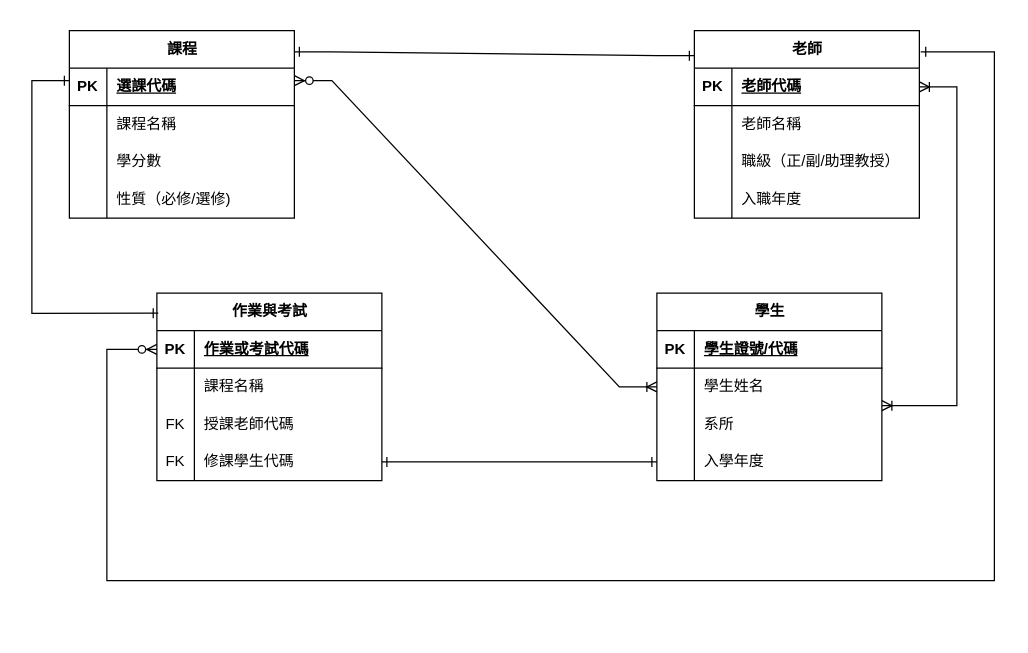
This is 課程練習_1017.drawio from KYCamille/Guessing-Number, a draw.io file, before an edit. Source tidied: cells renumbered, new cells numbered last; positions are measured from the earlier drawing's top-left corner, leaving out a move shared by most shapes. Both pictures are drawn from the tidied source at 125%, with x=0, y=0 at pixel (31, 30).
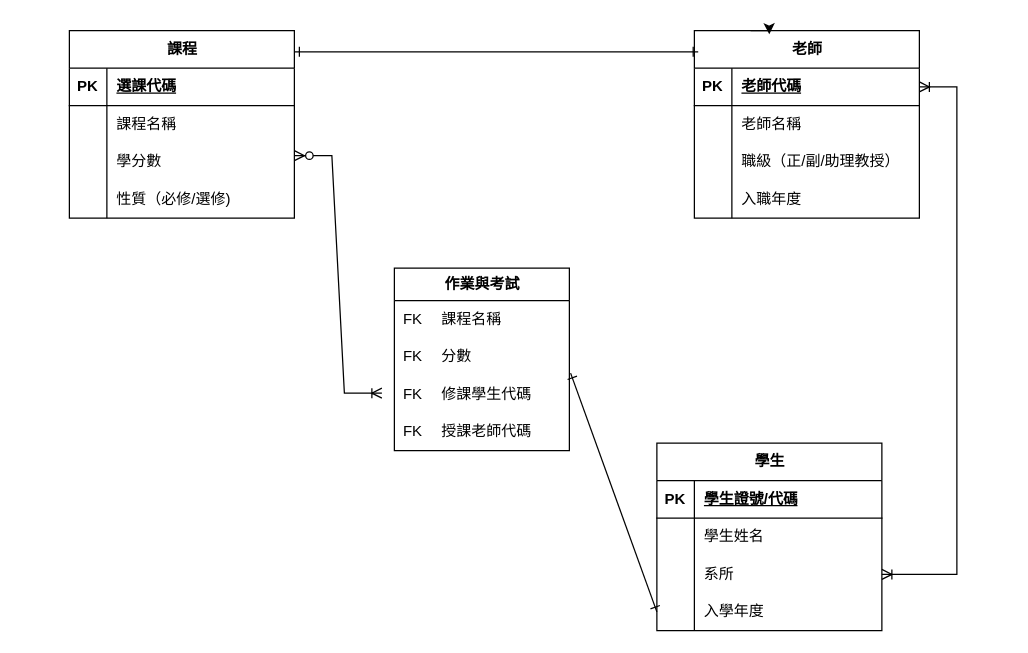
The same page after the edit.

Commit message:
更新1845 課程練習_1017.drawio

The change refers to these unchanged cells:
```xml
<mxCell id="2" value="課程" style="shape=table;startSize=30;childLayout=tableLayout;rowLines=0;fontStyle=1;align=center;html=1;" parent="1" vertex="1">
  <mxGeometry x="30" width="180" height="150" as="geometry" />
</mxCell>
<mxCell id="15" value="老師" style="shape=table;startSize=30;childLayout=tableLayout;rowLines=0;fontStyle=1;align=center;html=1;" parent="1" vertex="1">
  <mxGeometry x="530" width="180" height="150" as="geometry" />
</mxCell>
<mxCell id="16" style="shape=tableRow;horizontal=0;startSize=0;swimlaneHead=0;swimlaneBody=0;fillColor=none;points=[[0,0.5],[1,0.5]];portConstraint=eastwest;top=0;left=0;right=0;bottom=1;" parent="15" vertex="1">
  <mxGeometry y="30" width="180" height="30" as="geometry" />
</mxCell>
<mxCell id="35" style="shape=tableRow;horizontal=0;startSize=0;swimlaneHead=0;swimlaneBody=0;fillColor=none;points=[[0,0.5],[1,0.5]];portConstraint=eastwest;top=0;left=0;right=0;bottom=0;" parent="28" vertex="1">
  <mxGeometry y="90" width="180" height="30" as="geometry" />
</mxCell>
<mxCell id="38" style="shape=tableRow;horizontal=0;startSize=0;swimlaneHead=0;swimlaneBody=0;fillColor=none;points=[[0,0.5],[1,0.5]];portConstraint=eastwest;top=0;left=0;right=0;bottom=0;" parent="28" vertex="1">
  <mxGeometry y="120" width="180" height="30" as="geometry" />
</mxCell>
```

The edit, as a diff of the source:
```diff
@@
     <mxCell id="28" value="學生" style="shape=table;startSize=30;childLayout=tableLayout;rowLines=0;fontStyle=1;align=center;html=1;" parent="1" vertex="1">
-      <mxGeometry x="500" y="210" width="180" height="150" as="geometry" />
+      <mxGeometry x="500" y="330" width="180" height="150" as="geometry" />
     </mxCell>
@@
+    <mxCell id="54" style="edgeStyle=entityRelationEdgeStyle;fontSize=12;html=1;endArrow=ERone;endFill=0;startArrow=ERone;rounded=0;exitX=1;exitY=0.113;exitDx=0;exitDy=0;exitPerimeter=0;startFill=0;entryX=0.017;entryY=0.113;entryDx=0;entryDy=0;entryPerimeter=0;" parent="1" edge="1" source="2" target="15">
+      <mxGeometry relative="1" as="geometry" />
+    </mxCell>
+    <mxCell id="57" style="edgeStyle=entityRelationEdgeStyle;fontSize=12;html=1;endArrow=ERoneToMany;endFill=0;startArrow=ERoneToMany;rounded=0;exitX=1;exitY=0.5;exitDx=0;exitDy=0;startFill=0;" parent="1" edge="1" source="35" target="16">
+      <mxGeometry x="0.28" relative="1" as="geometry" />
+    </mxCell>
+    <mxCell id="60" style="edgeStyle=entityRelationEdgeStyle;fontSize=12;html=1;endArrow=ERoneToMany;endFill=0;startArrow=ERzeroToMany;rounded=0;exitX=1;exitY=0.113;exitDx=0;exitDy=0;exitPerimeter=0;" parent="1" edge="1">
+      <mxGeometry relative="1" as="geometry">
+        <mxPoint x="210" y="100" as="sourcePoint" />
+        <mxPoint x="280" y="290" as="targetPoint" />
+      </mxGeometry>
+    </mxCell>
+    <mxCell id="61" style="fontSize=12;html=1;endArrow=ERone;endFill=0;startArrow=ERone;rounded=0;exitX=1.007;exitY=-0.067;exitDx=0;exitDy=0;startFill=0;entryX=0;entryY=0.5;entryDx=0;entryDy=0;exitPerimeter=0;" parent="1" edge="1" source="70" target="38">
+      <mxGeometry relative="1" as="geometry" />
+    </mxCell>
-    <mxCell id="41" value="作業與考試" style="shape=table;startSize=30;childLayout=tableLayout;rowLines=0;fontStyle=1;align=center;html=1;" parent="1" vertex="1">
-      <mxGeometry x="100" y="210" width="180" height="150" as="geometry" />
+    <mxCell id="41" value="&lt;font&gt;&lt;b&gt;作業與考試&lt;/b&gt;&lt;/font&gt;" style="swimlane;fontStyle=0;horizontal=1;startSize=26;fillColor=none;html=1;" parent="1" vertex="1">
+      <mxGeometry x="290" y="190" width="140" height="146" as="geometry" />
     </mxCell>
-    <mxCell id="42" style="shape=tableRow;horizontal=0;startSize=0;swimlaneHead=0;swimlaneBody=0;fillColor=none;points=[[0,0.5],[1,0.5]];portConstraint=eastwest;top=0;left=0;right=0;bottom=1;" parent="41" vertex="1">
-      <mxGeometry y="30" width="180" height="30" as="geometry" />
-    </mxCell>
-    <mxCell id="43" value="PK" style="shape=partialRectangle;fillColor=none;top=0;left=0;bottom=0;right=0;fontStyle=1;overflow=hidden;whiteSpace=wrap;html=1;" parent="42" vertex="1">
-      <mxGeometry width="30" height="30" as="geometry" />
-    </mxCell>
-    <mxCell id="44" value="作業或考試代碼" style="shape=partialRectangle;fillColor=none;top=0;left=0;bottom=0;right=0;align=left;spacingLeft=6;fontStyle=5;overflow=hidden;whiteSpace=wrap;html=1;" parent="42" vertex="1">
-      <mxGeometry x="30" width="150" height="30" as="geometry" />
-    </mxCell>
-    <mxCell id="45" style="shape=tableRow;horizontal=0;startSize=0;swimlaneHead=0;swimlaneBody=0;fillColor=none;top=0;left=0;right=0;bottom=0;" parent="41" vertex="1">
-      <mxGeometry y="60" width="180" height="30" as="geometry" />
-    </mxCell>
-    <mxCell id="46" style="shape=partialRectangle;fillColor=none;top=0;left=0;bottom=0;right=0;overflow=hidden;whiteSpace=wrap;html=1;" parent="45" vertex="1">
-      <mxGeometry width="30" height="30" as="geometry" />
-    </mxCell>
+    <mxCell id="62" style="shape=table;startSize=0;childLayout=tableLayout;rowLines=0;fontStyle=0;align=center;strokeColor=none;fillColor=none;" parent="41" vertex="1">
+      <mxGeometry y="26" width="140" height="30" as="geometry" />
+    </mxCell>
+    <mxCell id="63" style="shape=tableRow;horizontal=0;startSize=0;swimlaneHead=0;swimlaneBody=0;fillColor=none;top=0;left=0;right=0;bottom=0;" parent="62" vertex="1">
+      <mxGeometry width="140" height="30" as="geometry" />
+    </mxCell>
+    <mxCell id="64" value="FK" style="shape=partialRectangle;fillColor=none;top=0;left=0;bottom=0;right=0;fontStyle=0;overflow=hidden;whiteSpace=wrap;html=1;" parent="63" vertex="1">
+      <mxGeometry width="30" height="30" as="geometry" />
+    </mxCell>
-    <mxCell id="47" value="課程名稱" style="shape=partialRectangle;fillColor=none;top=0;left=0;bottom=0;right=0;align=left;spacingLeft=6;overflow=hidden;whiteSpace=wrap;html=1;" parent="45" vertex="1">
-      <mxGeometry x="30" width="150" height="30" as="geometry" />
+    <mxCell id="47" value="課程名稱" style="shape=partialRectangle;fillColor=none;top=0;left=0;bottom=0;right=0;align=left;spacingLeft=6;fontStyle=0;overflow=hidden;whiteSpace=wrap;html=1;" parent="63" vertex="1">
+      <mxGeometry x="30" width="110" height="30" as="geometry" />
     </mxCell>
-    <mxCell id="48" style="shape=tableRow;horizontal=0;startSize=0;swimlaneHead=0;swimlaneBody=0;fillColor=none;top=0;left=0;right=0;bottom=0;" parent="41" vertex="1">
-      <mxGeometry y="90" width="180" height="30" as="geometry" />
-    </mxCell>
-    <mxCell id="49" value="FK" style="shape=partialRectangle;fillColor=none;top=0;left=0;bottom=0;right=0;overflow=hidden;whiteSpace=wrap;html=1;" parent="48" vertex="1">
-      <mxGeometry width="30" height="30" as="geometry" />
-    </mxCell>
-    <mxCell id="50" value="授課老師代碼" style="shape=partialRectangle;fillColor=none;top=0;left=0;bottom=0;right=0;align=left;spacingLeft=6;overflow=hidden;whiteSpace=wrap;html=1;" parent="48" vertex="1">
-      <mxGeometry x="30" width="150" height="30" as="geometry" />
-    </mxCell>
-    <mxCell id="51" style="shape=tableRow;horizontal=0;startSize=0;swimlaneHead=0;swimlaneBody=0;fillColor=none;points=[[0,0.5],[1,0.5]];portConstraint=eastwest;top=0;left=0;right=0;bottom=0;" parent="41" vertex="1">
-      <mxGeometry y="120" width="180" height="30" as="geometry" />
-    </mxCell>
-    <mxCell id="52" value="FK" style="shape=partialRectangle;fillColor=none;top=0;left=0;bottom=0;right=0;overflow=hidden;whiteSpace=wrap;html=1;" parent="51" vertex="1">
-      <mxGeometry width="30" height="30" as="geometry" />
-    </mxCell>
+    <mxCell id="65" style="shape=table;startSize=0;childLayout=tableLayout;rowLines=0;fontStyle=0;align=center;strokeColor=none;fillColor=none;" parent="41" vertex="1">
+      <mxGeometry y="56" width="140" height="30" as="geometry" />
+    </mxCell>
+    <mxCell id="66" style="shape=tableRow;horizontal=0;startSize=0;swimlaneHead=0;swimlaneBody=0;fillColor=none;top=0;left=0;right=0;bottom=0;" parent="65" vertex="1">
+      <mxGeometry width="140" height="30" as="geometry" />
+    </mxCell>
+    <mxCell id="67" value="FK" style="shape=partialRectangle;fillColor=none;top=0;left=0;bottom=0;right=0;fontStyle=0;overflow=hidden;whiteSpace=wrap;html=1;" parent="66" vertex="1">
+      <mxGeometry width="30" height="30" as="geometry" />
+    </mxCell>
+    <mxCell id="68" value="&lt;span style=&quot;white-space: nowrap;&quot;&gt;分數&lt;/span&gt;" style="shape=partialRectangle;fillColor=none;top=0;left=0;bottom=0;right=0;align=left;spacingLeft=6;fontStyle=0;overflow=hidden;whiteSpace=wrap;html=1;" parent="66" vertex="1">
+      <mxGeometry x="30" width="110" height="30" as="geometry" />
+    </mxCell>
+    <mxCell id="69" style="shape=table;startSize=0;childLayout=tableLayout;rowLines=0;fontStyle=0;align=center;strokeColor=none;fillColor=none;" parent="41" vertex="1">
+      <mxGeometry y="86" width="140" height="30" as="geometry" />
+    </mxCell>
+    <mxCell id="70" style="shape=tableRow;horizontal=0;startSize=0;swimlaneHead=0;swimlaneBody=0;fillColor=none;points=[[0,0.5],[1,0.5]];portConstraint=eastwest;top=0;left=0;right=0;bottom=0;" parent="69" vertex="1">
+      <mxGeometry width="140" height="30" as="geometry" />
+    </mxCell>
+    <mxCell id="71" value="FK" style="shape=partialRectangle;fillColor=none;top=0;left=0;bottom=0;right=0;fontStyle=0;overflow=hidden;whiteSpace=wrap;html=1;" parent="70" vertex="1">
+      <mxGeometry width="30" height="30" as="geometry" />
+    </mxCell>
-    <mxCell id="53" value="修課學生代碼" style="shape=partialRectangle;fillColor=none;top=0;left=0;bottom=0;right=0;align=left;spacingLeft=6;overflow=hidden;whiteSpace=wrap;html=1;" parent="51" vertex="1">
-      <mxGeometry x="30" width="150" height="30" as="geometry" />
+    <mxCell id="53" value="修課學生代碼" style="shape=partialRectangle;fillColor=none;top=0;left=0;bottom=0;right=0;align=left;spacingLeft=6;fontStyle=0;overflow=hidden;whiteSpace=wrap;html=1;" parent="70" vertex="1">
+      <mxGeometry x="30" width="110" height="30" as="geometry" />
     </mxCell>
-    <mxCell id="54" style="edgeStyle=entityRelationEdgeStyle;fontSize=12;html=1;endArrow=ERone;endFill=0;startArrow=ERone;rounded=0;exitX=1;exitY=0.113;exitDx=0;exitDy=0;exitPerimeter=0;startFill=0;" parent="1" edge="1" source="2">
-      <mxGeometry relative="1" as="geometry">
-        <mxPoint x="530" y="20" as="targetPoint" />
-      </mxGeometry>
-    </mxCell>
-    <mxCell id="55" style="edgeStyle=orthogonalEdgeStyle;fontSize=12;html=1;endArrow=ERone;endFill=0;startArrow=ERone;rounded=0;exitX=0.006;exitY=0.107;exitDx=0;exitDy=0;entryX=0;entryY=0.5;entryDx=0;entryDy=0;exitPerimeter=0;startFill=0;" parent="1" edge="1" source="41">
-      <mxGeometry x="0.17" relative="1" as="geometry">
-        <mxPoint x="30" y="40" as="targetPoint" />
-        <Array as="points">
-          <mxPoint y="226.1" />
-          <mxPoint y="40" />
-        </Array>
-      </mxGeometry>
-    </mxCell>
-    <mxCell id="56" style="edgeStyle=entityRelationEdgeStyle;fontSize=12;html=1;endArrow=ERone;endFill=0;startArrow=ERone;rounded=0;exitX=1;exitY=0.5;exitDx=0;exitDy=0;entryX=0;entryY=0.5;entryDx=0;entryDy=0;startFill=0;" parent="1" edge="1" source="51" target="38">
-      <mxGeometry relative="1" as="geometry" />
-    </mxCell>
-    <mxCell id="57" style="edgeStyle=entityRelationEdgeStyle;fontSize=12;html=1;endArrow=ERoneToMany;endFill=0;startArrow=ERoneToMany;rounded=0;exitX=1;exitY=0.113;exitDx=0;exitDy=0;exitPerimeter=0;startFill=0;" parent="1" edge="1" target="16">
-      <mxGeometry relative="1" as="geometry">
-        <mxPoint x="680" y="300" as="sourcePoint" />
-      </mxGeometry>
-    </mxCell>
-    <mxCell id="58" style="edgeStyle=entityRelationEdgeStyle;fontSize=12;html=1;endArrow=ERoneToMany;endFill=0;startArrow=ERzeroToMany;rounded=0;exitX=1;exitY=0.113;exitDx=0;exitDy=0;exitPerimeter=0;" parent="1" edge="1" target="28">
-      <mxGeometry relative="1" as="geometry">
-        <mxPoint x="210" y="40" as="sourcePoint" />
-      </mxGeometry>
-    </mxCell>
-    <mxCell id="59" style="edgeStyle=orthogonalEdgeStyle;fontSize=12;html=1;endArrow=ERone;endFill=0;startArrow=ERzeroToMany;rounded=0;exitX=0;exitY=0.5;exitDx=0;exitDy=0;entryX=1.006;entryY=0.113;entryDx=0;entryDy=0;entryPerimeter=0;" parent="1" edge="1" source="42" target="15">
-      <mxGeometry x="0.09" relative="1" as="geometry">
-        <Array as="points">
-          <mxPoint x="60" y="255" />
-          <mxPoint x="60" y="440" />
-          <mxPoint x="770" y="440" />
-          <mxPoint x="770" y="17" />
-        </Array>
-      </mxGeometry>
-    </mxCell>
+    <mxCell id="72" style="shape=table;startSize=0;childLayout=tableLayout;rowLines=0;fontStyle=0;align=center;strokeColor=none;fillColor=none;" parent="41" vertex="1">
+      <mxGeometry y="116" width="140" height="30" as="geometry" />
+    </mxCell>
+    <mxCell id="73" style="shape=tableRow;horizontal=0;startSize=0;swimlaneHead=0;swimlaneBody=0;fillColor=none;top=0;left=0;right=0;bottom=0;" parent="72" vertex="1">
+      <mxGeometry width="140" height="30" as="geometry" />
+    </mxCell>
+    <mxCell id="74" value="FK" style="shape=partialRectangle;fillColor=none;top=0;left=0;bottom=0;right=0;fontStyle=0;overflow=hidden;whiteSpace=wrap;html=1;" parent="73" vertex="1">
+      <mxGeometry width="30" height="30" as="geometry" />
+    </mxCell>
+    <mxCell id="75" value="授課老師&lt;span style=&quot;background-color: transparent; color: light-dark(rgb(0, 0, 0), rgb(255, 255, 255));&quot;&gt;代碼&lt;/span&gt;" style="shape=partialRectangle;fillColor=none;top=0;left=0;bottom=0;right=0;align=left;spacingLeft=6;fontStyle=0;overflow=hidden;whiteSpace=wrap;html=1;" parent="73" vertex="1">
+      <mxGeometry x="30" width="110" height="30" as="geometry" />
+    </mxCell>
+    <mxCell id="76" style="edgeStyle=orthogonalEdgeStyle;rounded=0;orthogonalLoop=1;jettySize=auto;html=1;innerLoopWaypoints=1;exitX=0.25;exitY=0;exitDx=0;exitDy=0;entryX=0.333;entryY=0.02;entryDx=0;entryDy=0;entryPerimeter=0;" parent="1" edge="1" source="15" target="15">
+      <mxGeometry relative="1" as="geometry" />
+    </mxCell>
```
